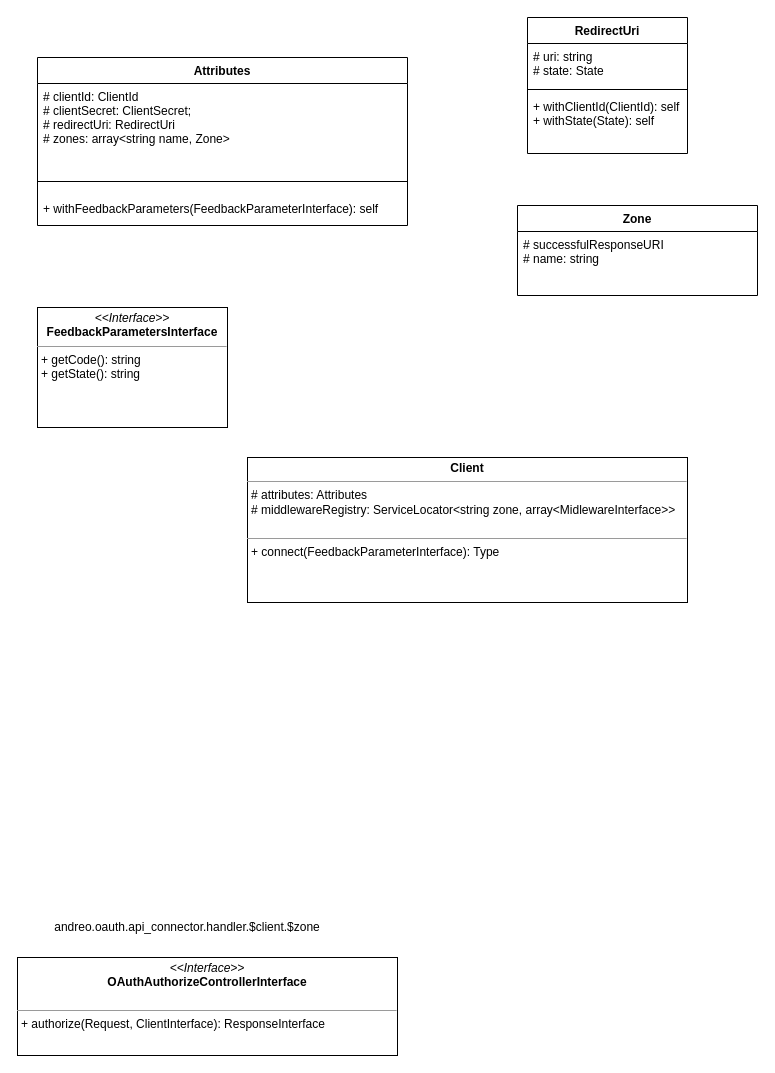
The draw.io diagram page "client" (2 of 4) of oauth.drawio in andrzej-pakula/oauth-api-connector-bundle, before the edit. Source tidied: cells renumbered, new cells numbered last; positions are measured from the earlier drawing's top-left corner, leaving out a move shared by most shapes. Both pictures are drawn from the tidied source at 100%, with x=0, y=0 at pixel (17, 17).
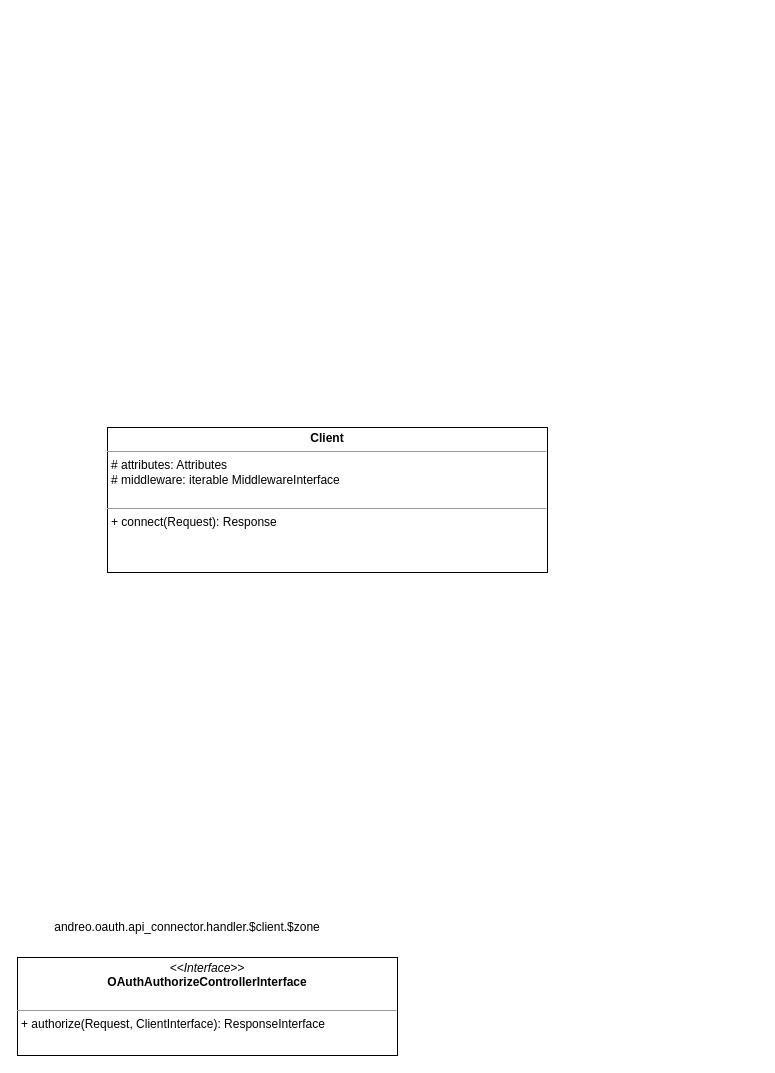
The same diagram, later.

Change to the diagram source:
```diff
@@
 <mxGraphModel>
   <root>
     <mxCell id="0" />
     <mxCell id="1" parent="0" />
-    <mxCell id="2" value="RedirectUri" style="swimlane;fontStyle=1;align=center;verticalAlign=top;horizontal=1;startSize=26;" parent="1" vertex="1">
-      <mxGeometry x="510" width="160" height="136" as="geometry" />
-    </mxCell>
-    <mxCell id="3" value="# uri: string&#10;# state: State" style="text;strokeColor=none;fillColor=none;align=left;verticalAlign=top;spacingLeft=4;spacingRight=4;overflow=hidden;" parent="2" vertex="1">
-      <mxGeometry y="26" width="160" height="42" as="geometry" />
-    </mxCell>
-    <mxCell id="4" style="line;strokeWidth=1;fillColor=none;align=left;verticalAlign=middle;spacingTop=-1;spacingLeft=3;spacingRight=3;labelPosition=right;" parent="2" vertex="1">
-      <mxGeometry y="68" width="160" height="8" as="geometry" />
-    </mxCell>
-    <mxCell id="5" value="+ withClientId(ClientId): self&#10;+ withState(State): self" style="text;strokeColor=none;fillColor=none;align=left;verticalAlign=top;spacingLeft=4;spacingRight=4;overflow=hidden;" parent="2" vertex="1">
-      <mxGeometry y="76" width="160" height="60" as="geometry" />
-    </mxCell>
-    <mxCell id="6" value="Zone" style="swimlane;fontStyle=1;align=center;verticalAlign=top;horizontal=1;startSize=26;" parent="1" vertex="1">
-      <mxGeometry x="500" y="188" width="240" height="90" as="geometry" />
-    </mxCell>
-    <mxCell id="7" value="# successfulResponseURI&#10;# name: string" style="text;strokeColor=none;fillColor=none;align=left;verticalAlign=top;spacingLeft=4;spacingRight=4;overflow=hidden;" parent="6" vertex="1">
-      <mxGeometry y="26" width="240" height="64" as="geometry" />
-    </mxCell>
-    <mxCell id="8" value="Attributes" style="swimlane;fontStyle=1;align=center;verticalAlign=top;horizontal=1;startSize=26;" parent="1" vertex="1">
-      <mxGeometry x="20" y="40" width="370" height="168" as="geometry" />
-    </mxCell>
-    <mxCell id="9" value="# clientId: ClientId&#10;# clientSecret: ClientSecret;&#10;# redirectUri: RedirectUri&#10;# zones: array&lt;string name, Zone&gt;" style="text;strokeColor=none;fillColor=none;align=left;verticalAlign=top;spacingLeft=4;spacingRight=4;overflow=hidden;" parent="8" vertex="1">
-      <mxGeometry y="26" width="370" height="84" as="geometry" />
-    </mxCell>
-    <mxCell id="10" style="line;strokeWidth=1;fillColor=none;align=left;verticalAlign=middle;spacingTop=-1;spacingLeft=3;spacingRight=3;labelPosition=right;" parent="8" vertex="1">
-      <mxGeometry y="110" width="370" height="28" as="geometry" />
-    </mxCell>
-    <mxCell id="11" value="+ withFeedbackParameters(FeedbackParameterInterface): self" style="text;strokeColor=none;fillColor=none;align=left;verticalAlign=top;spacingLeft=4;spacingRight=4;overflow=hidden;" parent="8" vertex="1">
-      <mxGeometry y="138" width="370" height="30" as="geometry" />
-    </mxCell>
     <mxCell id="12" value="&lt;p style=&quot;margin: 0px ; margin-top: 4px ; text-align: center&quot;&gt;&lt;i&gt;&amp;lt;&amp;lt;Interface&amp;gt;&amp;gt;&lt;/i&gt;&lt;br&gt;&lt;b&gt;OAuthAuthorizeControllerInterface&lt;/b&gt;&lt;br&gt;&lt;/p&gt;&lt;p style=&quot;margin: 0px ; margin-left: 4px&quot;&gt;&lt;br&gt;&lt;/p&gt;&lt;hr size=&quot;1&quot;&gt;&lt;p style=&quot;margin: 0px ; margin-left: 4px&quot;&gt;+ authorize(Request, ClientInterface): ResponseInterface&lt;br&gt;&lt;br&gt;&lt;/p&gt;" style="verticalAlign=top;align=left;overflow=fill;fontSize=12;fontFamily=Helvetica;html=1;" parent="1" vertex="1">
       <mxGeometry y="940" width="380" height="98" as="geometry" />
     </mxCell>
     <mxCell id="13" value="andreo.oauth.api_connector.handler.$client.$zone" style="text;html=1;strokeColor=none;fillColor=none;align=center;verticalAlign=middle;whiteSpace=wrap;rounded=0;" parent="1" vertex="1">
       <mxGeometry x="90" y="900" width="160" height="20" as="geometry" />
     </mxCell>
-    <mxCell id="14" value="&lt;p style=&quot;margin: 0px ; margin-top: 4px ; text-align: center&quot;&gt;&lt;b&gt;Client&lt;/b&gt;&lt;/p&gt;&lt;hr size=&quot;1&quot;&gt;&lt;p style=&quot;margin: 0px ; margin-left: 4px&quot;&gt;# attributes: Attributes&lt;/p&gt;&lt;p style=&quot;margin: 0px ; margin-left: 4px&quot;&gt;# middlewareRegistry: ServiceLocator&amp;lt;string zone, array&amp;lt;MidlewareInterface&amp;gt;&amp;gt;&lt;br&gt;&lt;/p&gt;&lt;p style=&quot;margin: 0px ; margin-left: 4px&quot;&gt;&lt;br&gt;&lt;/p&gt;&lt;hr size=&quot;1&quot;&gt;&lt;p style=&quot;margin: 0px ; margin-left: 4px&quot;&gt;+ connect(FeedbackParameterInterface): Type&lt;/p&gt;" style="verticalAlign=top;align=left;overflow=fill;fontSize=12;fontFamily=Helvetica;html=1;" parent="1" vertex="1">
-      <mxGeometry x="230" y="440" width="440" height="145" as="geometry" />
+    <mxCell id="14" value="&lt;p style=&quot;margin: 0px ; margin-top: 4px ; text-align: center&quot;&gt;&lt;b&gt;Client&lt;/b&gt;&lt;/p&gt;&lt;hr size=&quot;1&quot;&gt;&lt;p style=&quot;margin: 0px ; margin-left: 4px&quot;&gt;# attributes: Attributes&lt;/p&gt;&lt;p style=&quot;margin: 0px ; margin-left: 4px&quot;&gt;# middleware: iterable MiddlewareInterface&lt;br&gt;&lt;/p&gt;&lt;p style=&quot;margin: 0px ; margin-left: 4px&quot;&gt;&lt;br&gt;&lt;/p&gt;&lt;hr size=&quot;1&quot;&gt;&lt;p style=&quot;margin: 0px ; margin-left: 4px&quot;&gt;+ connect(Request): Response&lt;/p&gt;" style="verticalAlign=top;align=left;overflow=fill;fontSize=12;fontFamily=Helvetica;html=1;" parent="1" vertex="1">
+      <mxGeometry x="90" y="410" width="440" height="145" as="geometry" />
     </mxCell>
-    <mxCell id="15" value="&lt;p style=&quot;margin: 0px ; margin-top: 4px ; text-align: center&quot;&gt;&lt;i&gt;&amp;lt;&amp;lt;Interface&amp;gt;&amp;gt;&lt;/i&gt;&lt;br&gt;&lt;b&gt;FeedbackParametersInterface&lt;/b&gt;&lt;/p&gt;&lt;hr size=&quot;1&quot;&gt;&lt;p style=&quot;margin: 0px ; margin-left: 4px&quot;&gt;&lt;span&gt;+ getCode(): string&lt;/span&gt;&lt;br&gt;&lt;/p&gt;&lt;p style=&quot;margin: 0px ; margin-left: 4px&quot;&gt;+ getState(): string&lt;/p&gt;&lt;p style=&quot;margin: 0px ; margin-left: 4px&quot;&gt;&lt;br&gt;&lt;/p&gt;" style="verticalAlign=top;align=left;overflow=fill;fontSize=12;fontFamily=Helvetica;html=1;" parent="1" vertex="1">
-      <mxGeometry x="20" y="290" width="190" height="120" as="geometry" />
-    </mxCell>
   </root>
 </mxGraphModel>
```
